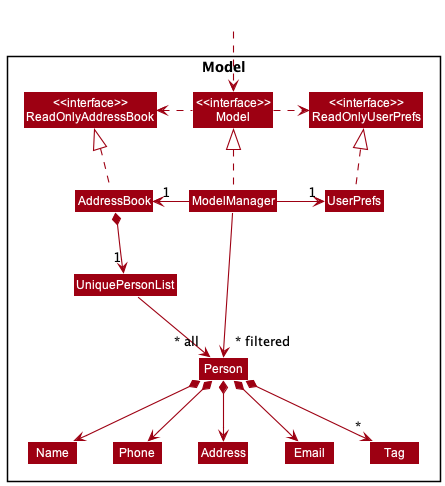
Above: docs/images/ModelClassDiagram.png in nus-cs2103-AY2223S2/tp (PlantUML), before the change.
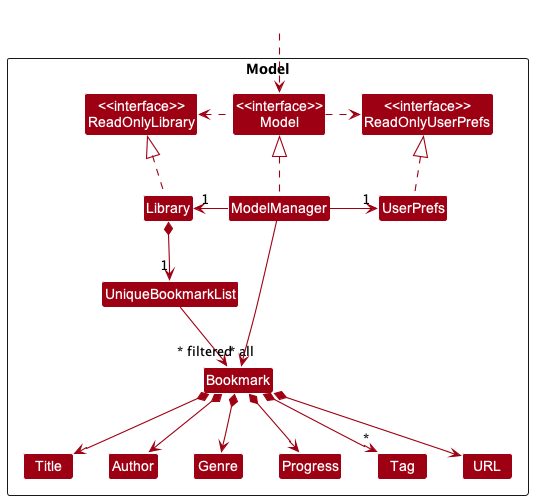
After the change.

Change to the diagram source:
```diff
@@ -5,46 +5,48 @@
 skinparam classBackgroundColor MODEL_COLOR
 
 Package Model <<Rectangle>>{
-Class "<<interface>>\nReadOnlyAddressBook" as ReadOnlyAddressBook
+Class "<<interface>>\nReadOnlyLibrary" as ReadOnlyLibrary
 Class "<<interface>>\nReadOnlyUserPrefs" as ReadOnlyUserPrefs
 Class "<<interface>>\nModel" as Model
-Class AddressBook
+Class Library
 Class ModelManager
 Class UserPrefs
 
-Class UniquePersonList
-Class Person
-Class Address
-Class Email
-Class Name
-Class Phone
+Class UniqueBookmarkList
+Class Bookmark
+Class Genre
+Class Progress
+Class Title
+Class Author
 Class Tag
+Class URL
 
 }
 
 Class HiddenOutside #FFFFFF
 HiddenOutside ..> Model
 
-AddressBook .up.|> ReadOnlyAddressBook
+Library .up.|> ReadOnlyLibrary
 
 ModelManager .up.|> Model
 Model .right.> ReadOnlyUserPrefs
-Model .left.> ReadOnlyAddressBook
-ModelManager -left-> "1" AddressBook
+Model .left.> ReadOnlyLibrary
+ModelManager -left-> "1" Library
 ModelManager -right-> "1" UserPrefs
 UserPrefs .up.|> ReadOnlyUserPrefs
 
-AddressBook *--> "1" UniquePersonList
-UniquePersonList --> "~* all" Person
-Person *--> Name
-Person *--> Phone
-Person *--> Email
-Person *--> Address
-Person *--> "*" Tag
+Library *--> "1" UniqueBookmarkList
+UniqueBookmarkList --> "~* all" Bookmark
+Bookmark *--> Title
+Bookmark *--> Author
+Bookmark *--> Genre
+Bookmark *--> Progress
+Bookmark *--> "*" Tag
+Bookmark *--> URL
 
-Name -[hidden]right-> Phone
-Phone -[hidden]right-> Address
-Address -[hidden]right-> Email
+Title -[hidden]right-> Author
+Author -[hidden]right-> Genre
+Genre -[hidden]right-> Progress
 
-ModelManager -->"~* filtered" Person
+ModelManager -->"~* filtered" Bookmark
 @enduml
```
